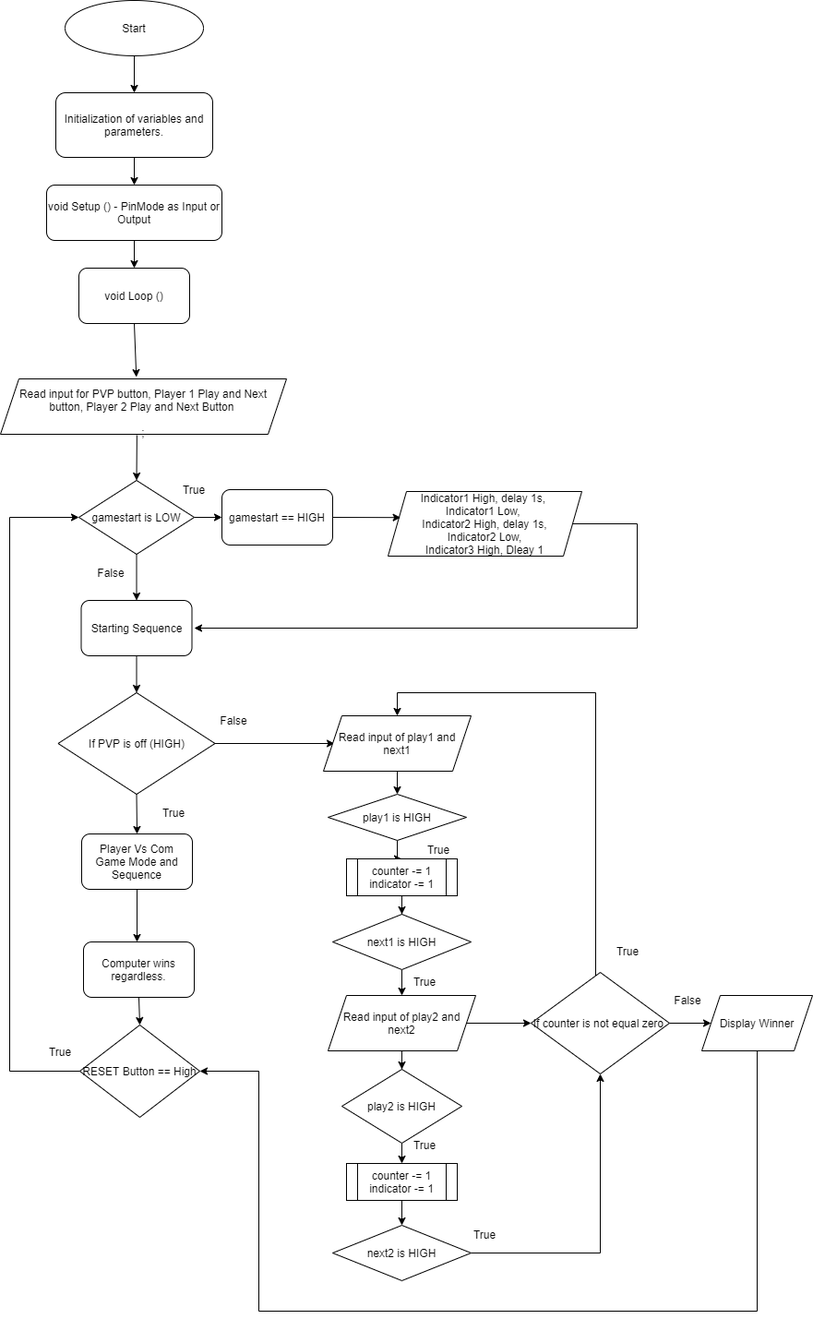
Above: Assignments/Assignment 1/ESD - Assignment 1.png in AimanCheong/MCTE_4342_Embedded_System_Design (draw.io), before the change. Source tidied: cells renumbered, new cells last; positions are measured from the earlier drawing's top-left corner, leaving out a move shared by most shapes.
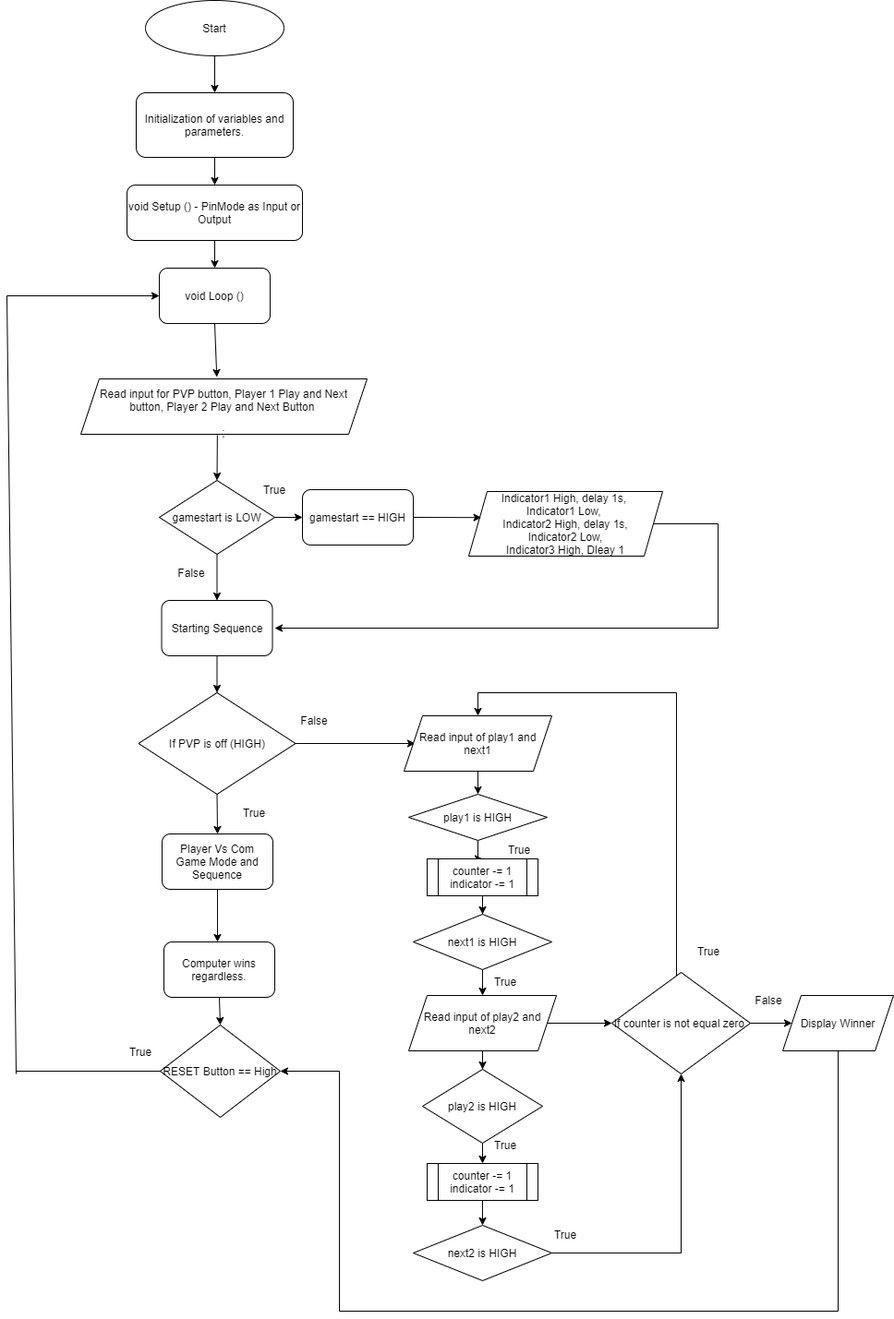
Later version of the same file.

The edit, as a diff of the source:
```diff
@@ -102,15 +102,10 @@
     </mxCell>
     <mxCell id="30" style="endArrow=none;html=1;" parent="1" edge="1">
       <mxGeometry relative="1" as="geometry">
-        <mxPoint x="10" y="1160" as="sourcePoint" />
-        <mxPoint x="10" y="560" as="targetPoint" />
+        <mxPoint x="-70" y="1163" as="sourcePoint" />
+        <mxPoint x="-80" y="320" as="targetPoint" />
       </mxGeometry>
     </mxCell>
-    <mxCell id="31" style="endArrow=classic;html=1;entryX=0;entryY=0.5;entryDx=0;entryDy=0;" parent="1" edge="1" target="11">
-      <mxGeometry relative="1" as="geometry">
-        <mxPoint x="10" y="560" as="sourcePoint" />
-      </mxGeometry>
-    </mxCell>
     <mxCell id="32" value="RESET Button == High" style="rhombus;whiteSpace=wrap;html=1;" parent="1" vertex="1">
       <mxGeometry x="86" y="1110" width="130" height="100" as="geometry" />
     </mxCell>
@@ -119,7 +114,7 @@
     </mxCell>
     <mxCell id="34" style="endArrow=none;html=1;entryX=0;entryY=0.5;entryDx=0;entryDy=0;" parent="1" edge="1" target="32">
       <mxGeometry relative="1" as="geometry">
-        <mxPoint x="10" y="1160" as="sourcePoint" />
+        <mxPoint x="-70" y="1160" as="sourcePoint" />
       </mxGeometry>
     </mxCell>
     <mxCell id="35" value="True" style="text;html=1;strokeColor=none;fillColor=none;align=center;verticalAlign=middle;whiteSpace=wrap;rounded=0;" parent="1" vertex="1">
@@ -225,5 +220,10 @@
     <mxCell id="64" value="True" style="text;html=1;strokeColor=none;fillColor=none;align=center;verticalAlign=middle;whiteSpace=wrap;rounded=0;" parent="1" vertex="1">
       <mxGeometry x="45" y="1129" width="40" height="20" as="geometry" />
     </mxCell>
+    <mxCell id="65" style="endArrow=classic;html=1;entryX=0;entryY=0.5;entryDx=0;entryDy=0;" parent="1" edge="1" target="7">
+      <mxGeometry relative="1" as="geometry">
+        <mxPoint x="-80" y="320" as="sourcePoint" />
+      </mxGeometry>
+    </mxCell>
   </root>
 </mxGraphModel>
```
